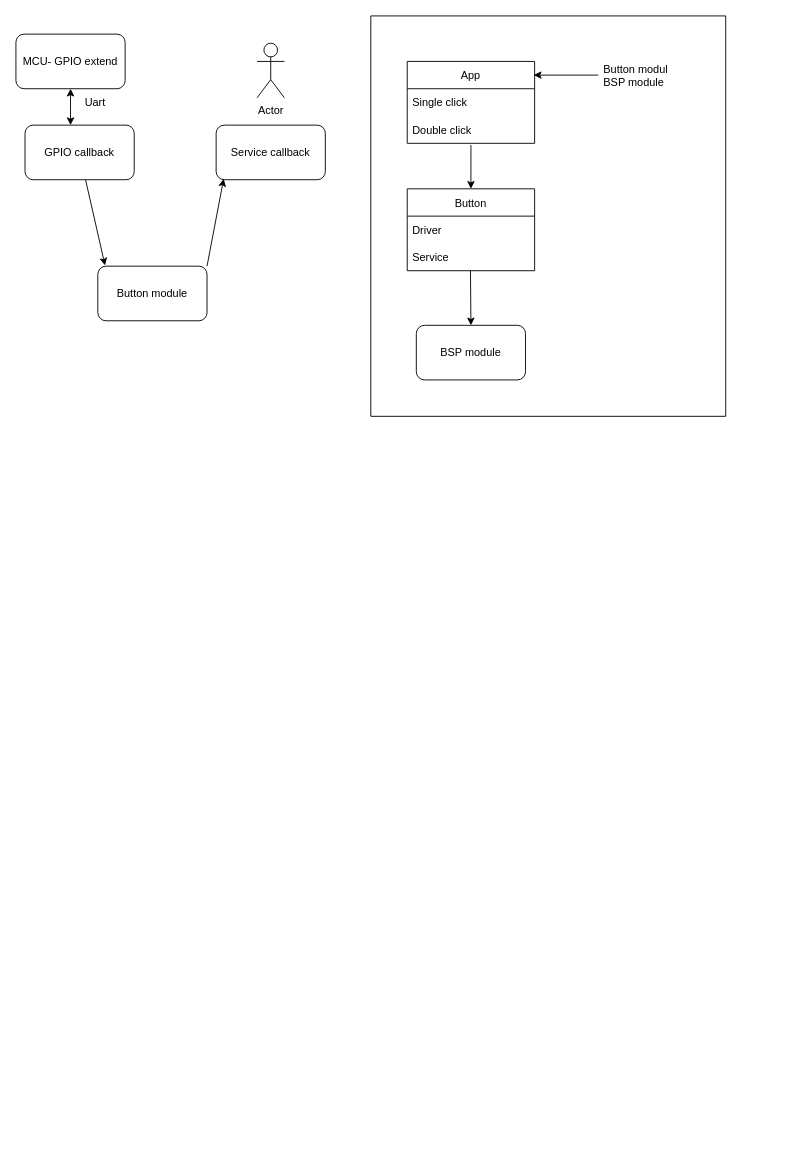
This is 04_Design_Module/Button_module.drawio from TienHuyIoT/uC_Technical_Exchange, a draw.io file, before an edit. Source tidied: cells renumbered, new cells numbered last; positions are measured from the earlier drawing's top-left corner, leaving out a move shared by most shapes. Both pictures are drawn from the tidied source at 91%, with x=0, y=0 at pixel (15, 15).
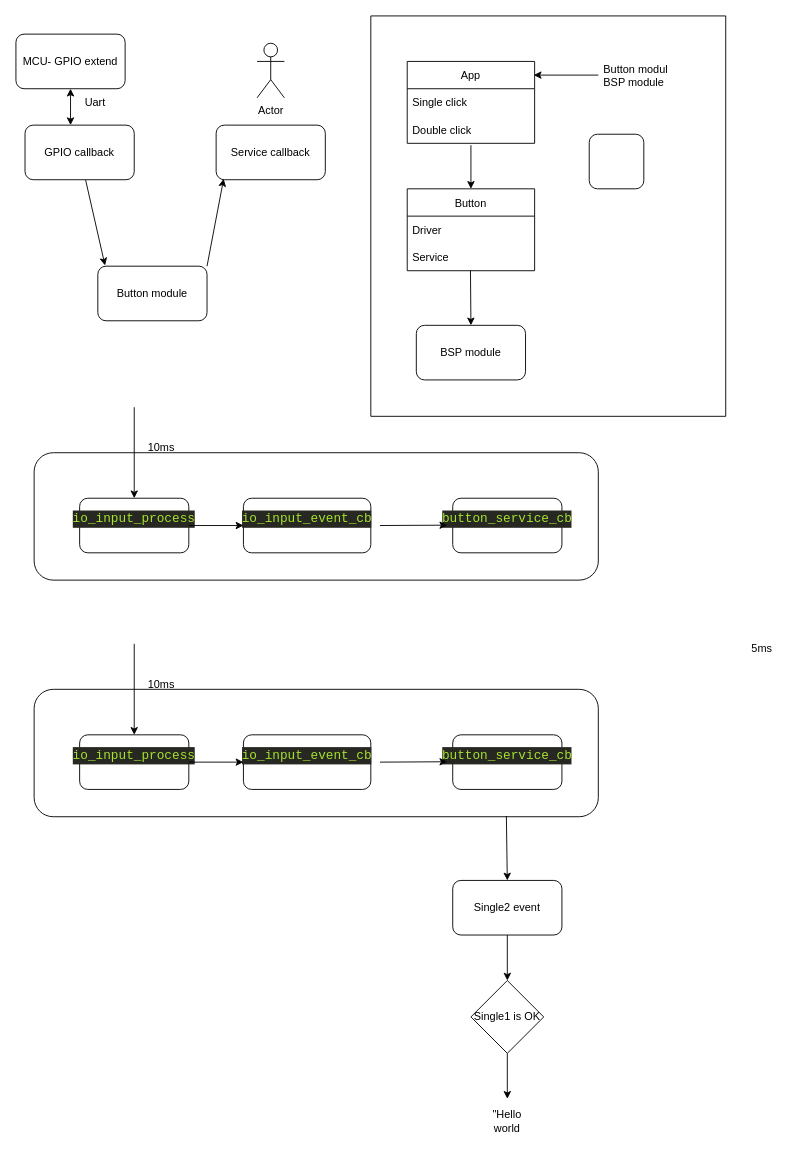
The same diagram, later.

Commit message (it also covers changes not shown here):
Add button module

Unchanged cells that the change refers to:
```xml
<mxCell id="21" style="swimlane;startSize=0;" parent="1" vertex="1">
  <mxGeometry x="390" width="390" height="440" as="geometry" />
</mxCell>
```

Diff of the diagram source:
```diff
@@
+    <mxCell id="23" style="rounded=1;whiteSpace=wrap;html=1;" parent="21" vertex="1">
+      <mxGeometry x="240" y="130" width="60" height="60" as="geometry" />
+    </mxCell>
@@
+    <mxCell id="24" value="&#10;&lt;div style=&quot;color: rgb(248, 248, 242); background-color: rgb(39, 40, 34); font-family: Consolas, &amp;quot;Courier New&amp;quot;, monospace; font-weight: normal; font-size: 14px; line-height: 19px;&quot;&gt;&lt;div&gt;&lt;span style=&quot;color: #a6e22e;&quot;&gt;io_input_process&lt;/span&gt;&lt;/div&gt;&lt;/div&gt;&#10;&#10;" style="rounded=1;whiteSpace=wrap;html=1;" parent="1" vertex="1">
+      <mxGeometry x="70" y="530" width="120" height="60" as="geometry" />
+    </mxCell>
+    <mxCell id="25" style="endArrow=classic;html=1;rounded=0;entryX=0.5;entryY=0;entryDx=0;entryDy=0;" parent="1" edge="1" target="24">
+      <mxGeometry relative="1" as="geometry">
+        <mxPoint x="130" y="430" as="sourcePoint" />
+      </mxGeometry>
+    </mxCell>
+    <mxCell id="26" value="10ms" style="text;html=1;strokeColor=none;fillColor=none;align=center;verticalAlign=middle;whiteSpace=wrap;rounded=0;" parent="1" vertex="1">
+      <mxGeometry x="130" y="460" width="60" height="30" as="geometry" />
+    </mxCell>
+    <mxCell id="27" value="&#10;&lt;div style=&quot;color: rgb(248, 248, 242); background-color: rgb(39, 40, 34); font-family: Consolas, &amp;quot;Courier New&amp;quot;, monospace; font-weight: normal; font-size: 14px; line-height: 19px;&quot;&gt;&lt;div&gt;&lt;span style=&quot;color: #a6e22e;&quot;&gt;io_input_event_cb&lt;/span&gt;&lt;/div&gt;&lt;/div&gt;&#10;&#10;" style="rounded=1;whiteSpace=wrap;html=1;" parent="1" vertex="1">
+      <mxGeometry x="250" y="530" width="140" height="60" as="geometry" />
+    </mxCell>
+    <mxCell id="28" style="endArrow=classic;html=1;rounded=0;exitX=1;exitY=0.5;exitDx=0;exitDy=0;" parent="1" edge="1" source="24">
+      <mxGeometry relative="1" as="geometry">
+        <mxPoint x="250" y="560" as="targetPoint" />
+      </mxGeometry>
+    </mxCell>
+    <mxCell id="29" value="&#10;&lt;div style=&quot;color: rgb(248, 248, 242); background-color: rgb(39, 40, 34); font-family: Consolas, &amp;quot;Courier New&amp;quot;, monospace; font-weight: normal; font-size: 14px; line-height: 19px;&quot;&gt;&lt;div&gt;&lt;span style=&quot;color: #a6e22e;&quot;&gt;button_service_cb&lt;/span&gt;&lt;/div&gt;&lt;/div&gt;&#10;&#10;" style="rounded=1;whiteSpace=wrap;html=1;" parent="1" vertex="1">
+      <mxGeometry x="480" y="530" width="120" height="60" as="geometry" />
+    </mxCell>
+    <mxCell id="30" style="endArrow=classic;html=1;rounded=0;" parent="1" edge="1">
+      <mxGeometry relative="1" as="geometry">
+        <mxPoint x="400" y="560" as="sourcePoint" />
+        <mxPoint x="474" y="559.6" as="targetPoint" />
+      </mxGeometry>
+    </mxCell>
+    <mxCell id="31" value="&quot;Hello world" style="text;html=1;strokeColor=none;fillColor=none;align=center;verticalAlign=middle;whiteSpace=wrap;rounded=0;" parent="1" vertex="1">
+      <mxGeometry x="510" y="1200" width="60" height="30" as="geometry" />
+    </mxCell>
+    <mxCell id="32" style="endArrow=classic;html=1;rounded=0;" parent="1" edge="1">
+      <mxGeometry relative="1" as="geometry">
+        <mxPoint x="540" y="1140" as="sourcePoint" />
+        <mxPoint x="540" y="1190" as="targetPoint" />
+      </mxGeometry>
+    </mxCell>
+    <mxCell id="33" value="Single1 is OK" style="rhombus;whiteSpace=wrap;html=1;" parent="1" vertex="1">
+      <mxGeometry x="500" y="1060" width="80" height="80" as="geometry" />
+    </mxCell>
+    <mxCell id="34" value="5ms" style="text;html=1;strokeColor=none;fillColor=none;align=center;verticalAlign=middle;whiteSpace=wrap;rounded=0;" parent="1" vertex="1">
+      <mxGeometry x="790" y="680" width="60" height="30" as="geometry" />
+    </mxCell>
+    <mxCell id="35" style="rounded=1;whiteSpace=wrap;html=1;fillColor=none;" parent="1" vertex="1">
+      <mxGeometry x="20" y="480" width="620" height="140" as="geometry" />
+    </mxCell>
+    <mxCell id="36" value="&#10;&lt;div style=&quot;color: rgb(248, 248, 242); background-color: rgb(39, 40, 34); font-family: Consolas, &amp;quot;Courier New&amp;quot;, monospace; font-weight: normal; font-size: 14px; line-height: 19px;&quot;&gt;&lt;div&gt;&lt;span style=&quot;color: #a6e22e;&quot;&gt;io_input_process&lt;/span&gt;&lt;/div&gt;&lt;/div&gt;&#10;&#10;" style="rounded=1;whiteSpace=wrap;html=1;" parent="1" vertex="1">
+      <mxGeometry x="70" y="790" width="120" height="60" as="geometry" />
+    </mxCell>
+    <mxCell id="37" style="endArrow=classic;html=1;rounded=0;entryX=0.5;entryY=0;entryDx=0;entryDy=0;" parent="1" edge="1" target="36">
+      <mxGeometry relative="1" as="geometry">
+        <mxPoint x="130" y="690" as="sourcePoint" />
+      </mxGeometry>
+    </mxCell>
+    <mxCell id="38" value="10ms" style="text;html=1;strokeColor=none;fillColor=none;align=center;verticalAlign=middle;whiteSpace=wrap;rounded=0;" parent="1" vertex="1">
+      <mxGeometry x="130" y="720" width="60" height="30" as="geometry" />
+    </mxCell>
+    <mxCell id="39" value="&#10;&lt;div style=&quot;color: rgb(248, 248, 242); background-color: rgb(39, 40, 34); font-family: Consolas, &amp;quot;Courier New&amp;quot;, monospace; font-weight: normal; font-size: 14px; line-height: 19px;&quot;&gt;&lt;div&gt;&lt;span style=&quot;color: #a6e22e;&quot;&gt;io_input_event_cb&lt;/span&gt;&lt;/div&gt;&lt;/div&gt;&#10;&#10;" style="rounded=1;whiteSpace=wrap;html=1;" parent="1" vertex="1">
+      <mxGeometry x="250" y="790" width="140" height="60" as="geometry" />
+    </mxCell>
+    <mxCell id="40" style="endArrow=classic;html=1;rounded=0;exitX=1;exitY=0.5;exitDx=0;exitDy=0;" parent="1" edge="1" source="36">
+      <mxGeometry relative="1" as="geometry">
+        <mxPoint x="250" y="820" as="targetPoint" />
+      </mxGeometry>
+    </mxCell>
+    <mxCell id="41" value="&#10;&lt;div style=&quot;color: rgb(248, 248, 242); background-color: rgb(39, 40, 34); font-family: Consolas, &amp;quot;Courier New&amp;quot;, monospace; font-weight: normal; font-size: 14px; line-height: 19px;&quot;&gt;&lt;div&gt;&lt;span style=&quot;color: #a6e22e;&quot;&gt;button_service_cb&lt;/span&gt;&lt;/div&gt;&lt;/div&gt;&#10;&#10;" style="rounded=1;whiteSpace=wrap;html=1;" parent="1" vertex="1">
+      <mxGeometry x="480" y="790" width="120" height="60" as="geometry" />
+    </mxCell>
+    <mxCell id="42" style="endArrow=classic;html=1;rounded=0;" parent="1" edge="1">
+      <mxGeometry relative="1" as="geometry">
+        <mxPoint x="400" y="820" as="sourcePoint" />
+        <mxPoint x="474" y="819.6" as="targetPoint" />
+      </mxGeometry>
+    </mxCell>
+    <mxCell id="43" style="rounded=1;whiteSpace=wrap;html=1;fillColor=none;" parent="1" vertex="1">
+      <mxGeometry x="20" y="740" width="620" height="140" as="geometry" />
+    </mxCell>
+    <mxCell id="44" value="Single2 event" style="rounded=1;whiteSpace=wrap;html=1;fillColor=none;" parent="1" vertex="1">
+      <mxGeometry x="480" y="950" width="120" height="60" as="geometry" />
+    </mxCell>
+    <mxCell id="45" style="endArrow=classic;html=1;rounded=0;entryX=0.5;entryY=0;entryDx=0;entryDy=0;exitX=0.837;exitY=0.994;exitDx=0;exitDy=0;exitPerimeter=0;" parent="1" edge="1" source="43" target="44">
+      <mxGeometry relative="1" as="geometry" />
+    </mxCell>
+    <mxCell id="46" style="endArrow=classic;html=1;rounded=0;entryX=0.5;entryY=0;entryDx=0;entryDy=0;" parent="1" edge="1" target="33">
+      <mxGeometry relative="1" as="geometry">
+        <mxPoint x="540" y="1010" as="sourcePoint" />
+      </mxGeometry>
+    </mxCell>
```
